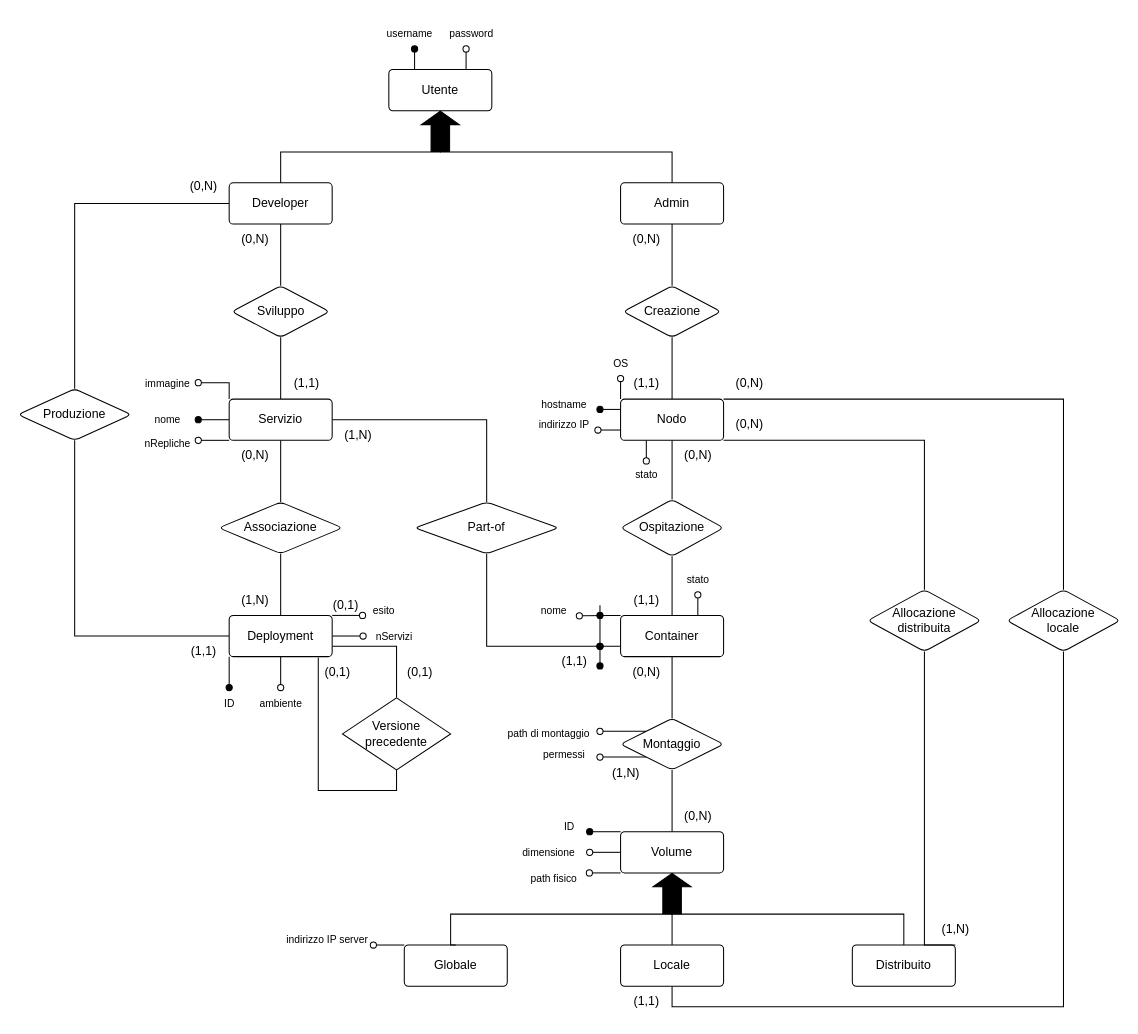
The draw.io diagram ER.drawio in aledinato/Database-Project-SCP4065533, before the edit. Source tidied: cells renumbered, new cells numbered last; positions are measured from the earlier drawing's top-left corner, leaving out a move shared by most shapes. Both pictures are drawn from the tidied source at 103%, with x=0, y=0 at pixel (18, 18).
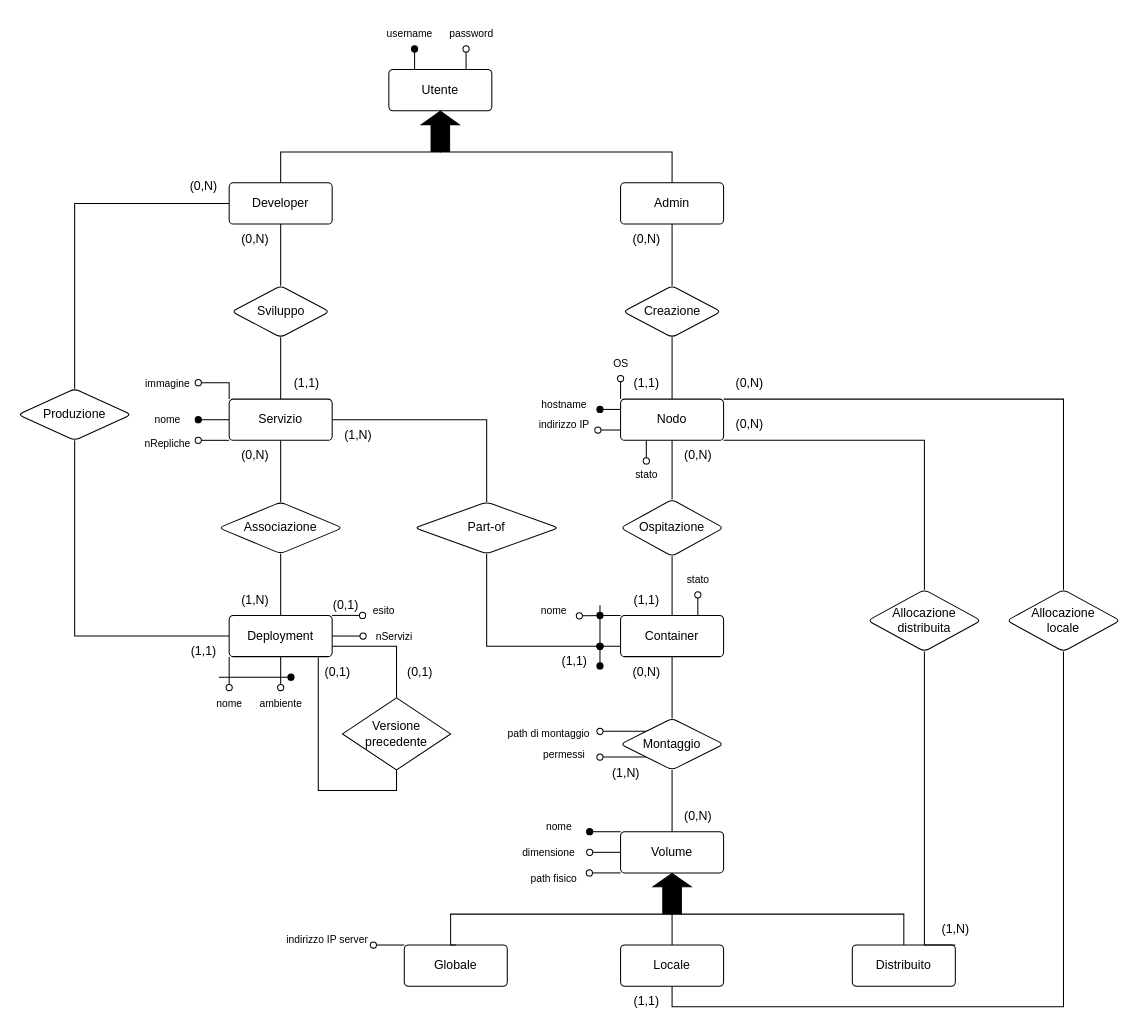
The same diagram, later.

Commit message (it also covers changes not shown here):
- remove id from  ER diagram - changed first query - improved .md to be converted with pandoc to pdf

The change refers to these unchanged cells:
```xml
<mxCell id="36" value="Deployment" style="rounded=1;arcSize=10;whiteSpace=wrap;html=1;align=center;" parent="1" vertex="1">
  <mxGeometry x="205" y="580" width="100" height="40" as="geometry" />
</mxCell>
```

Diff of the diagram source:
```diff
@@
-    <mxCell id="31" style="edgeStyle=orthogonalEdgeStyle;rounded=0;jettySize=auto;html=1;exitX=0;exitY=1;exitDx=0;exitDy=0;endArrow=oval;endFill=1;" parent="1" edge="1" source="36">
+    <mxCell id="31" style="edgeStyle=orthogonalEdgeStyle;rounded=0;jettySize=auto;html=1;exitX=0;exitY=1;exitDx=0;exitDy=0;endArrow=oval;endFill=0;" parent="1" edge="1" source="36">
       <mxGeometry relative="1" as="geometry">
         <mxPoint x="205" y="650" as="targetPoint" />
       </mxGeometry>
     </mxCell>
@@
-    <mxCell id="73" value="ID" style="text;html=1;align=center;verticalAlign=middle;strokeColor=none;fillColor=none;fontSize=10;" parent="1" vertex="1">
-      <mxGeometry x="190" y="650" width="30" height="30" as="geometry" />
+    <mxCell id="73" value="nome" style="text;html=1;align=center;verticalAlign=middle;strokeColor=none;fillColor=none;fontSize=10;" parent="1" vertex="1">
+      <mxGeometry x="180" y="650" width="50" height="30" as="geometry" />
     </mxCell>
@@
-    <mxCell id="100" value="ID" style="text;html=1;align=center;verticalAlign=middle;strokeColor=none;fillColor=none;fontSize=10;" parent="1" vertex="1">
-      <mxGeometry x="520" y="770" width="30" height="30" as="geometry" />
+    <mxCell id="100" value="nome" style="text;html=1;align=center;verticalAlign=middle;strokeColor=none;fillColor=none;fontSize=10;" parent="1" vertex="1">
+      <mxGeometry x="500" y="770" width="50" height="30" as="geometry" />
     </mxCell>
@@
+    <mxCell id="117" style="endArrow=oval;html=1;rounded=0;endFill=1;" parent="1" edge="1">
+      <mxGeometry relative="1" as="geometry">
+        <mxPoint x="195" y="640" as="sourcePoint" />
+        <mxPoint x="265" y="640" as="targetPoint" />
+      </mxGeometry>
+    </mxCell>
```
